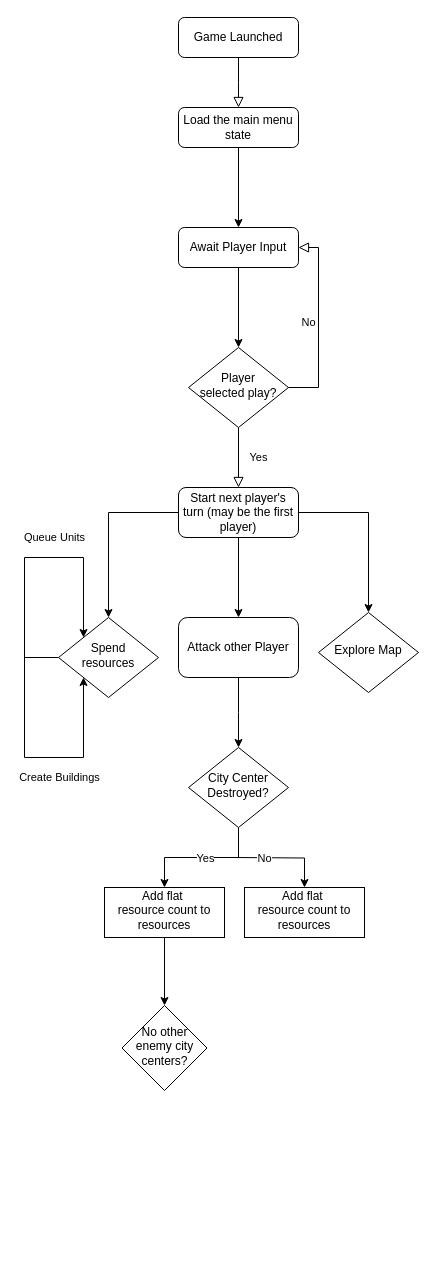
Above: draw.io/Basic Game flow.drawio in bezmuth/civ-like-a (draw.io), before the change. Source tidied: cells renumbered, new cells numbered last; positions are measured from the earlier drawing's top-left corner, leaving out a move shared by most shapes. Both pictures are drawn from the tidied source at 100%, with x=0, y=0 at pixel (24, 17).
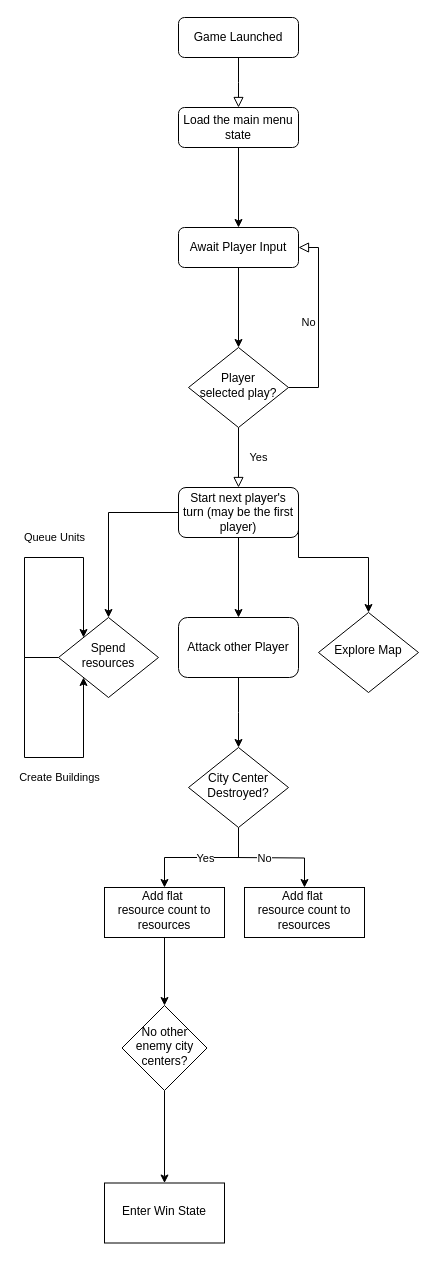
The same diagram, later.

The change refers to these unchanged cells:
```xml
<mxCell id="8" value="Start next player's turn (may be the first player)" style="rounded=1;whiteSpace=wrap;html=1;fontSize=12;glass=0;strokeWidth=1;shadow=0;" parent="1" vertex="1">
  <mxGeometry x="154" y="470" width="120" height="50" as="geometry" />
</mxCell>
<mxCell id="16" value="Explore Map" style="rhombus;whiteSpace=wrap;html=1;shadow=0;fontFamily=Helvetica;fontSize=12;align=center;strokeWidth=1;spacing=6;spacingTop=-4;" parent="1" vertex="1">
  <mxGeometry x="294" y="595" width="100" height="80" as="geometry" />
</mxCell>
<mxCell id="29" value="No other enemy city centers?" style="rhombus;whiteSpace=wrap;html=1;shadow=0;strokeWidth=1;spacing=6;spacingTop=-4;" parent="1" vertex="1">
  <mxGeometry x="97.5" y="988" width="85" height="85" as="geometry" />
</mxCell>
```

The edit, as a diff of the source:
```diff
@@
-    <mxCell id="15" style="edgeStyle=orthogonalEdgeStyle;rounded=0;jettySize=auto;html=1;exitX=1;exitY=0.5;exitDx=0;exitDy=0;" parent="1" edge="1" source="8" target="16">
-      <mxGeometry relative="1" as="geometry" />
+    <mxCell id="15" style="edgeStyle=orthogonalEdgeStyle;rounded=0;jettySize=auto;html=1;exitX=1;exitY=0.5;exitDx=0;exitDy=0;entryX=0.5;entryY=0;entryDx=0;entryDy=0;" parent="1" edge="1" source="8" target="16">
+      <mxGeometry relative="1" as="geometry">
+        <Array as="points">
+          <mxPoint x="274" y="540" />
+          <mxPoint x="344" y="540" />
+        </Array>
+      </mxGeometry>
     </mxCell>
@@
+    <mxCell id="30" style="edgeStyle=orthogonalEdgeStyle;rounded=0;jettySize=auto;html=1;" parent="1" edge="1" source="29" target="31">
+      <mxGeometry relative="1" as="geometry" />
+    </mxCell>
@@
+    <mxCell id="31" value="Enter Win State" style="whiteSpace=wrap;html=1;shadow=0;strokeWidth=1;spacing=6;spacingTop=-4;" parent="1" vertex="1">
+      <mxGeometry x="80" y="1165.5" width="120" height="60" as="geometry" />
+    </mxCell>
```
